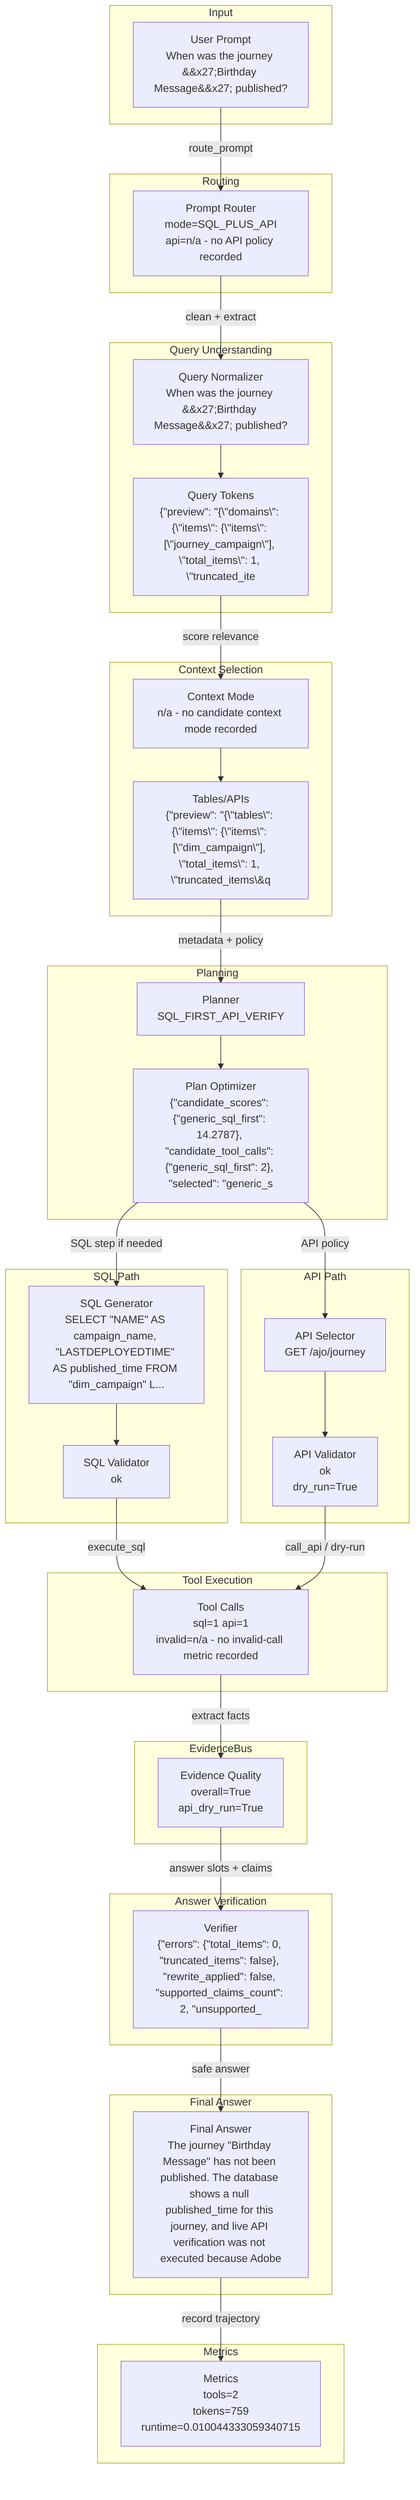
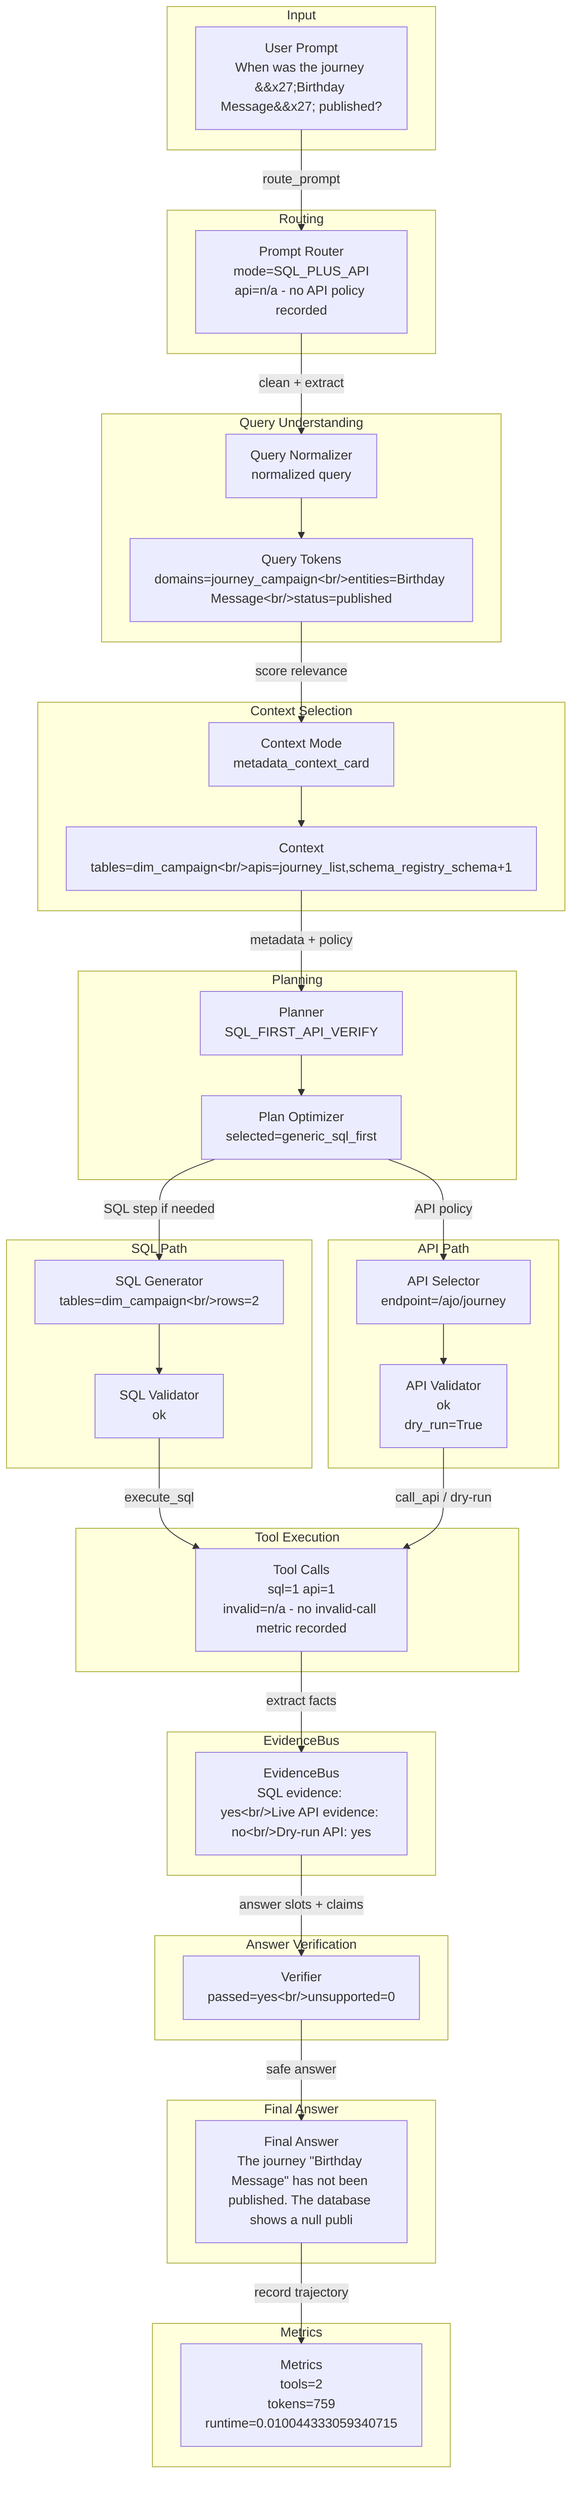
flowchart TD
  subgraph Input
    input_prompt["User Prompt<br/>When was the journey &#x27;Birthday Message&#x27; published?"]
  end
  subgraph Routing
    router["Prompt Router<br/>mode=SQL_PLUS_API<br/>api=n/a - no API policy recorded"]
    input_prompt -->|route_prompt| router
  end
  subgraph QueryUnderstanding["Query Understanding"]
-     normalizer["Query Normalizer<br/>When was the journey &#x27;Birthday Message&#x27; published?"]
-     tokens["Query Tokens<br/>{&quot;preview&quot;: &quot;{\&quot;domains\&quot;: {\&quot;items\&quot;: {\&quot;items\&quot;: [\&quot;journey_campaign\&quot;], \&quot;total_items\&quot;: 1, \&quot;truncated_ite"]
+     normalizer["Query Normalizer<br/>normalized query"]
+     tokens["Query Tokens<br/>domains=journey_campaign&lt;br/&gt;entities=Birthday Message&lt;br/&gt;status=published"]
    router -->|clean + extract| normalizer --> tokens
  end
  subgraph ContextSelection["Context Selection"]
-     context["Context Mode<br/>n/a - no candidate context mode recorded"]
-     candidates["Tables/APIs<br/>{&quot;preview&quot;: &quot;{\&quot;tables\&quot;: {\&quot;items\&quot;: {\&quot;items\&quot;: [\&quot;dim_campaign\&quot;], \&quot;total_items\&quot;: 1, \&quot;truncated_items\&q"]
+     context["Context Mode<br/>metadata_context_card"]
+     candidates["Context<br/>tables=dim_campaign&lt;br/&gt;apis=journey_list,schema_registry_schema+1"]
    tokens -->|score relevance| context --> candidates
  end
  subgraph Planning
    planner["Planner<br/>SQL_FIRST_API_VERIFY"]
-     optimizer["Plan Optimizer<br/>{&quot;candidate_scores&quot;: {&quot;generic_sql_first&quot;: 14.2787}, &quot;candidate_tool_calls&quot;: {&quot;generic_sql_first&quot;: 2}, &quot;selected&quot;: &quot;generic_s"]
+     optimizer["Plan Optimizer<br/>selected=generic_sql_first"]
    candidates -->|metadata + policy| planner --> optimizer
  end
  subgraph SQLPath["SQL Path"]
-     sqlgen["SQL Generator<br/>SELECT &quot;NAME&quot; AS campaign_name, &quot;LASTDEPLOYEDTIME&quot; AS published_time FROM &quot;dim_campaign&quot; L..."]
+     sqlgen["SQL Generator<br/>tables=dim_campaign&lt;br/&gt;rows=2"]
    sqlval["SQL Validator<br/>ok"]
    optimizer -->|SQL step if needed| sqlgen --> sqlval
  end
  subgraph APIPath["API Path"]
-     apisel["API Selector<br/>GET /ajo/journey"]
+     apisel["API Selector<br/>endpoint=/ajo/journey"]
    apival["API Validator<br/>ok<br/>dry_run=True"]
    optimizer -->|API policy| apisel --> apival
  end
  subgraph ToolExecution["Tool Execution"]
    tools["Tool Calls<br/>sql=1 api=1<br/>invalid=n/a - no invalid-call metric recorded"]
    sqlval -->|execute_sql| tools
    apival -->|call_api / dry-run| tools
  end
  subgraph EvidenceBus
-     evidence["Evidence Quality<br/>overall=True<br/>api_dry_run=True"]
+     evidence["EvidenceBus<br/>SQL evidence: yes&lt;br/&gt;Live API evidence: no&lt;br/&gt;Dry-run API: yes"]
    tools -->|extract facts| evidence
  end
  subgraph AnswerVerification["Answer Verification"]
-     verifier["Verifier<br/>{&quot;errors&quot;: {&quot;total_items&quot;: 0, &quot;truncated_items&quot;: false}, &quot;rewrite_applied&quot;: false, &quot;supported_claims_count&quot;: 2, &quot;unsupported_"]
+     verifier["Verifier<br/>passed=yes&lt;br/&gt;unsupported=0"]
    evidence -->|answer slots + claims| verifier
  end
  subgraph FinalAnswer["Final Answer"]
-     answer["Final Answer<br/>The journey &quot;Birthday Message&quot; has not been published. The database shows a null published_time for this journey, and live API verification was not executed because Adobe"]
+     answer["Final Answer<br/>The journey &quot;Birthday Message&quot; has not been published. The database shows a null publi"]
    verifier -->|safe answer| answer
  end
  subgraph Metrics
    metrics["Metrics<br/>tools=2<br/>tokens=759<br/>runtime=0.010044333059340715"]
    answer -->|record trajectory| metrics
  end
